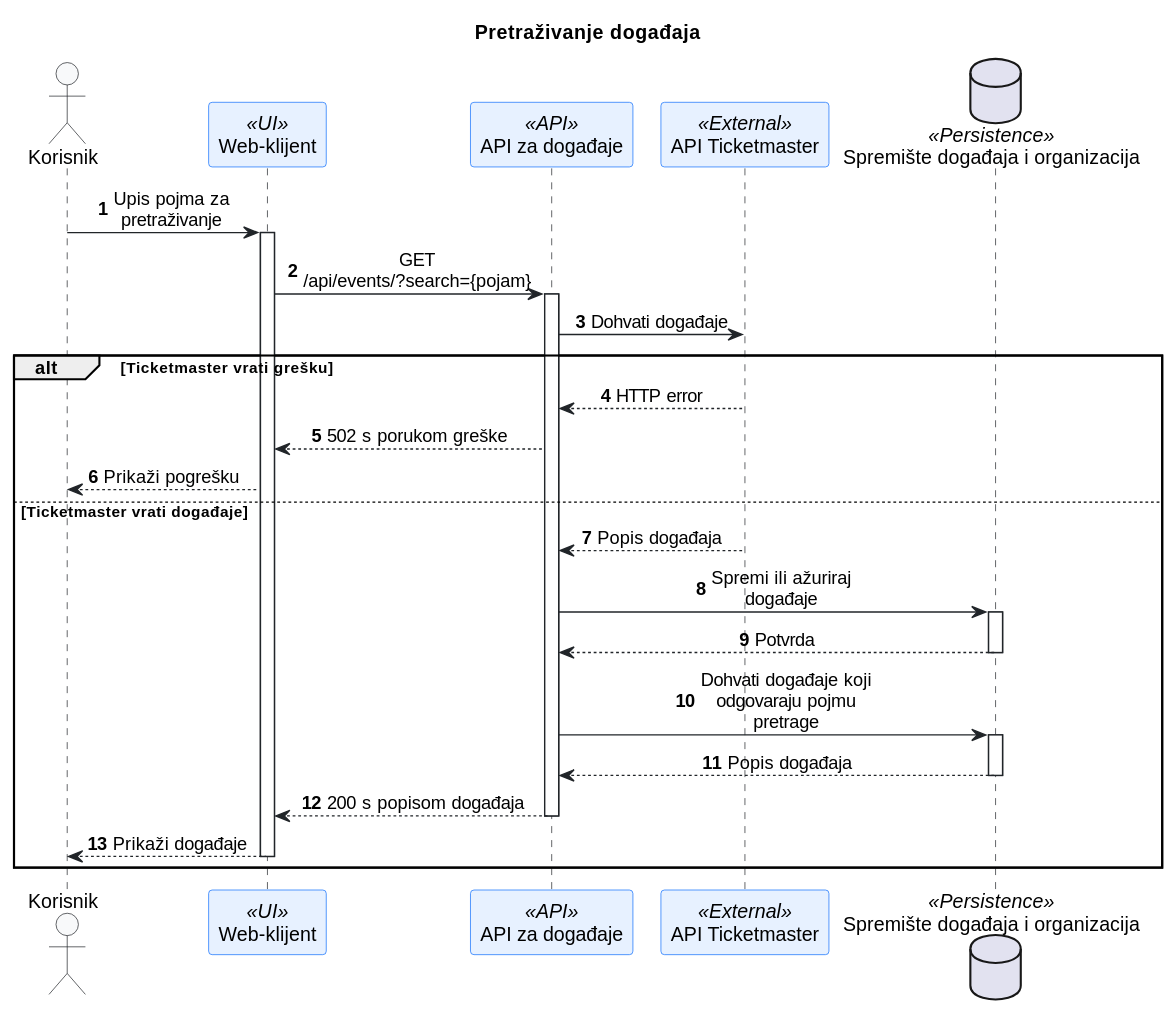
Above: docs/assets/diagrams/4-7-culture-vulture-search-SD.svg in CultureVultureFer/culture-vulture (PlantUML), before the change.
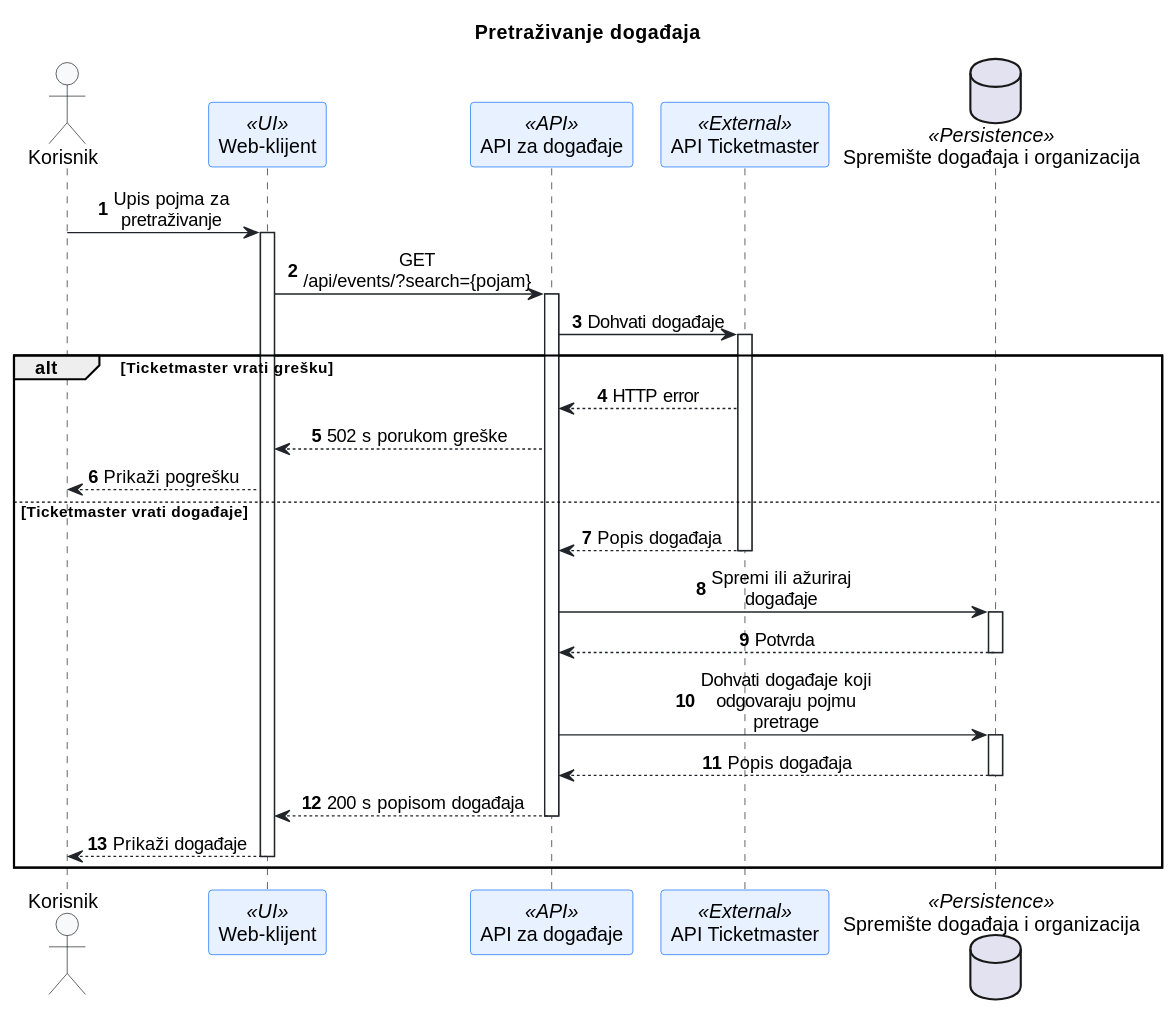
The same diagram one commit later.

The edit, as a diff of the source:
```diff
@@ -26,14 +26,14 @@
 User -> Web ++ : Upis pojma za pretraživanje
 Web -> API ++ : GET /api/events/?search={pojam}
 
-API -> Ticketmaster : Dohvati događaje
+API -> Ticketmaster ++ : Dohvati događaje
 
 alt Ticketmaster vrati grešku
     Ticketmaster --> API : HTTP error
     API --> Web : 502 s porukom greške
     Web --> User : Prikaži pogrešku
 else Ticketmaster vrati događaje
-    Ticketmaster --> API : Popis događaja
+    Ticketmaster --> API -- : Popis događaja
     API -> Store ++ : Spremi ili ažuriraj događaje
     Store --> API -- : Potvrda
     API -> Store ++ : Dohvati događaje koji odgovaraju pojmu pretrage
```
